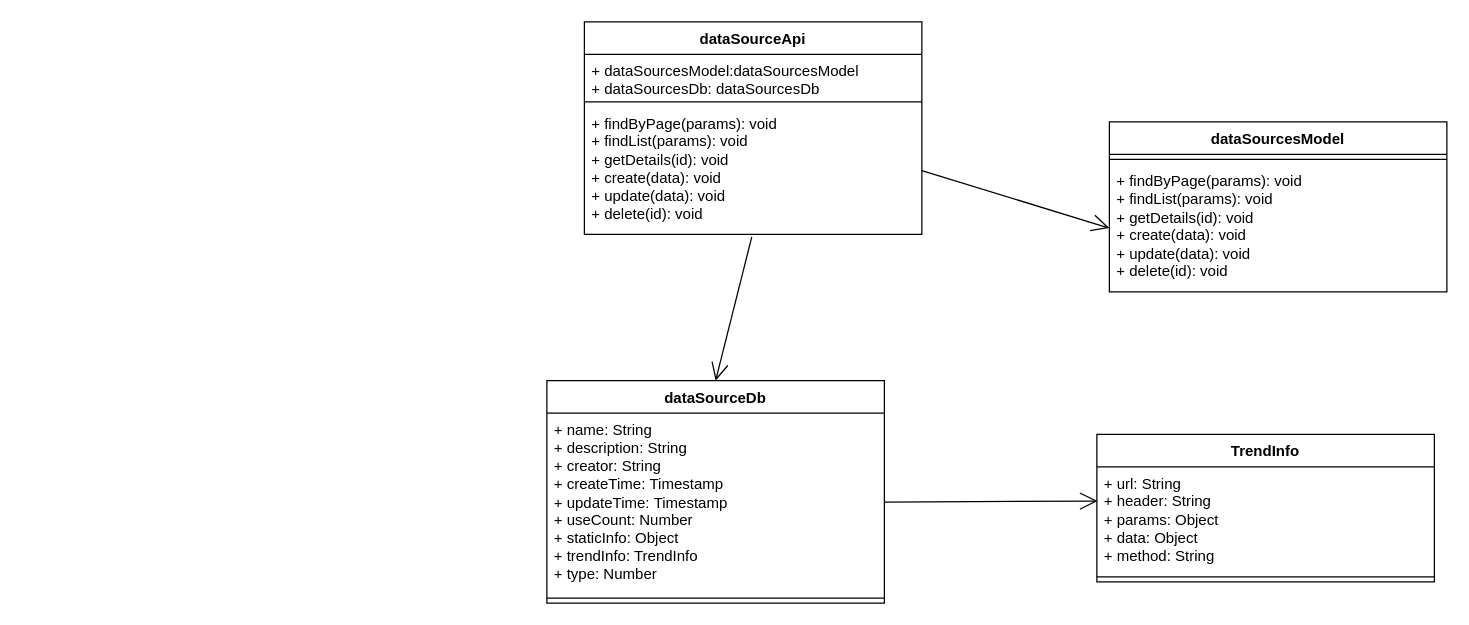
This is 数据源.drawio from yuxinyu12345/diagrams, a draw.io file, before an edit. Source tidied: cells renumbered, new cells numbered last; positions are measured from the earlier drawing's top-left corner, leaving out a move shared by most shapes. Both pictures are drawn from the tidied source at 125%, with x=0, y=0 at pixel (546, 21).
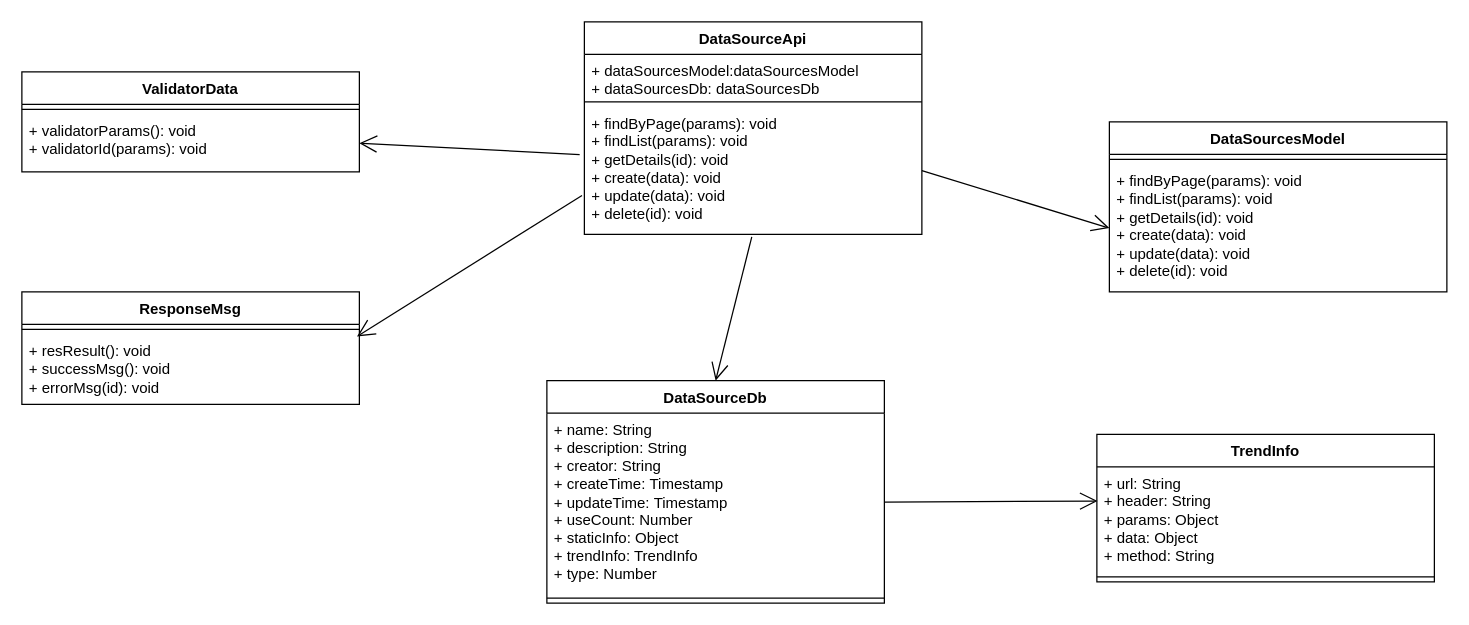
The same diagram, later.

Commit message:
更新数据源.drawio

The change refers to these unchanged cells:
```xml
<mxCell id="5" value="+ findByPage(params): void&lt;br&gt;+ findList(params): void&lt;br&gt;+ getDetails(id): void&lt;br&gt;+ create(data): void&lt;br&gt;+ update(data): void&lt;br&gt;+ delete(id): void" style="text;strokeColor=none;fillColor=none;align=left;verticalAlign=top;spacingLeft=4;spacingRight=4;overflow=hidden;points=[[0,0.5],[1,0.5]];portConstraint=eastwest;whiteSpace=wrap;html=1;" parent="2" vertex="1">
  <mxGeometry y="68" width="270" height="102" as="geometry" />
</mxCell>
```

The edit, as a diff of the source:
```diff
@@
-    <mxCell id="2" value="dataSourceApi" style="swimlane;fontStyle=1;align=center;verticalAlign=top;horizontal=1;startSize=26;whiteSpace=wrap;html=1;" parent="1" vertex="1">
+    <mxCell id="2" value="DataSourceApi" style="swimlane;fontStyle=1;align=center;verticalAlign=top;horizontal=1;startSize=26;whiteSpace=wrap;html=1;" parent="1" vertex="1">
       <mxGeometry x="30" width="270" height="170" as="geometry" />
     </mxCell>
@@
-    <mxCell id="6" value="dataSourcesModel" style="swimlane;fontStyle=1;align=center;verticalAlign=top;horizontal=1;startSize=26;whiteSpace=wrap;html=1;" parent="1" vertex="1">
+    <mxCell id="6" value="DataSourcesModel" style="swimlane;fontStyle=1;align=center;verticalAlign=top;horizontal=1;startSize=26;whiteSpace=wrap;html=1;" parent="1" vertex="1">
       <mxGeometry x="450" y="80" width="270" height="136" as="geometry" />
     </mxCell>
@@
-    <mxCell id="9" value="dataSourceDb" style="swimlane;fontStyle=1;align=center;verticalAlign=top;horizontal=1;startSize=26;whiteSpace=wrap;html=1;" parent="1" vertex="1">
+    <mxCell id="9" value="DataSourceDb" style="swimlane;fontStyle=1;align=center;verticalAlign=top;horizontal=1;startSize=26;whiteSpace=wrap;html=1;" parent="1" vertex="1">
       <mxGeometry y="287" width="270" height="178" as="geometry" />
     </mxCell>
@@
+    <mxCell id="18" value="ResponseMsg" style="swimlane;fontStyle=1;align=center;verticalAlign=top;horizontal=1;startSize=26;whiteSpace=wrap;html=1;" parent="1" vertex="1">
+      <mxGeometry x="-420" y="216" width="270" height="90" as="geometry" />
+    </mxCell>
+    <mxCell id="19" style="line;strokeWidth=1;fillColor=none;align=left;verticalAlign=middle;spacingTop=-1;spacingLeft=3;spacingRight=3;labelPosition=right;strokeColor=inherit;" parent="18" vertex="1">
+      <mxGeometry y="26" width="270" height="8" as="geometry" />
+    </mxCell>
+    <mxCell id="20" value="+ resResult(): void&lt;br&gt;+ successMsg(): void&lt;br&gt;+ errorMsg(id): void" style="text;strokeColor=none;fillColor=none;align=left;verticalAlign=top;spacingLeft=4;spacingRight=4;overflow=hidden;points=[[0,0.5],[1,0.5]];portConstraint=eastwest;whiteSpace=wrap;html=1;" parent="18" vertex="1">
+      <mxGeometry y="34" width="270" height="56" as="geometry" />
+    </mxCell>
+    <mxCell id="21" value="ValidatorData" style="swimlane;fontStyle=1;align=center;verticalAlign=top;horizontal=1;startSize=26;whiteSpace=wrap;html=1;" parent="1" vertex="1">
+      <mxGeometry x="-420" y="40" width="270" height="80" as="geometry" />
+    </mxCell>
+    <mxCell id="22" style="line;strokeWidth=1;fillColor=none;align=left;verticalAlign=middle;spacingTop=-1;spacingLeft=3;spacingRight=3;labelPosition=right;strokeColor=inherit;" parent="21" vertex="1">
+      <mxGeometry y="26" width="270" height="8" as="geometry" />
+    </mxCell>
+    <mxCell id="23" value="+ validatorParams(): void&lt;br&gt;+ validatorId(params): void&lt;br&gt;" style="text;strokeColor=none;fillColor=none;align=left;verticalAlign=top;spacingLeft=4;spacingRight=4;overflow=hidden;points=[[0,0.5],[1,0.5]];portConstraint=eastwest;whiteSpace=wrap;html=1;" parent="21" vertex="1">
+      <mxGeometry y="34" width="270" height="46" as="geometry" />
+    </mxCell>
+    <mxCell id="24" style="endArrow=open;endFill=1;endSize=12;html=1;rounded=0;entryX=1;entryY=0.5;entryDx=0;entryDy=0;exitX=-0.014;exitY=0.374;exitDx=0;exitDy=0;exitPerimeter=0;" parent="1" edge="1" source="5" target="23">
+      <mxGeometry relative="1" as="geometry" />
+    </mxCell>
+    <mxCell id="25" style="endArrow=open;endFill=1;endSize=12;html=1;rounded=0;entryX=0.993;entryY=0.029;entryDx=0;entryDy=0;entryPerimeter=0;exitX=-0.007;exitY=0.695;exitDx=0;exitDy=0;exitPerimeter=0;" parent="1" edge="1" source="5" target="20">
+      <mxGeometry relative="1" as="geometry" />
+    </mxCell>
```
